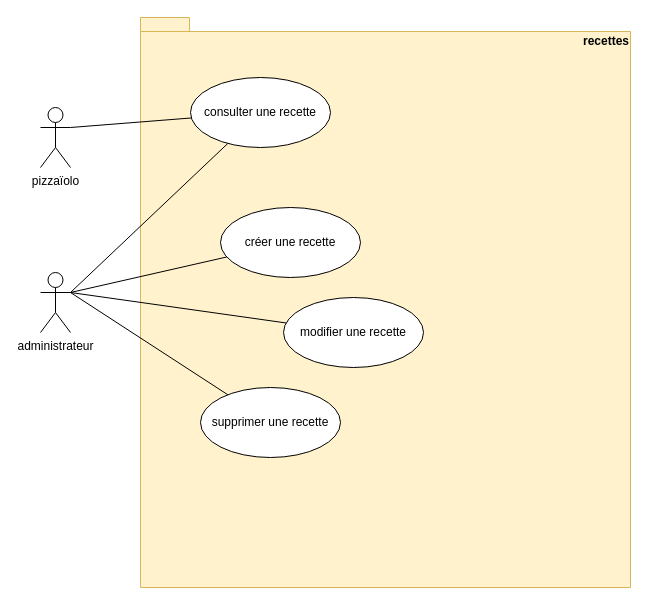
Earlier version of the draw.io diagram page "package-recettes" (4 of 6) of diagrammes.drawio (remace/OC-P4-UML_Pizzeria). Source tidied: cells renumbered, new cells numbered last; positions are measured from the earlier drawing's top-left corner, leaving out a move shared by most shapes. Both pictures are drawn from the tidied source at 100%, with x=0, y=0 at pixel (40, 17).
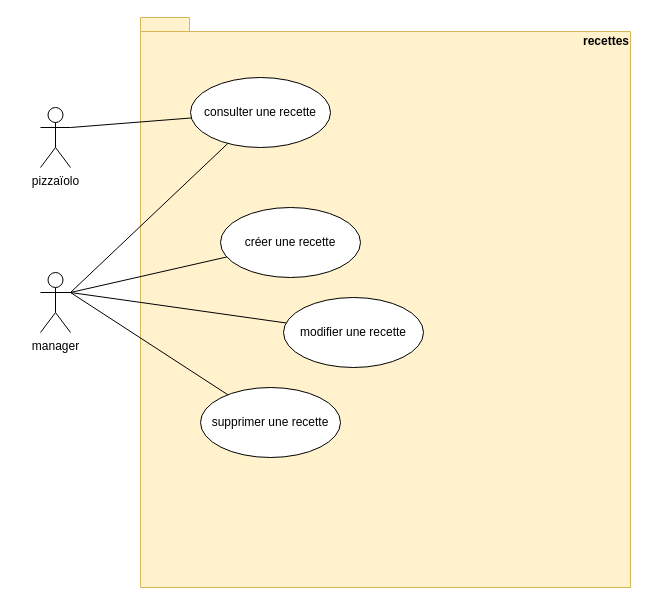
The same page after the edit.

The edit, as a diff of the source:
```diff
@@
 <mxGraphModel>
   <root>
     <mxCell id="0" />
     <mxCell id="1" parent="0" />
     <mxCell id="2" value="recettes" style="shape=folder;fontStyle=1;spacingTop=10;tabWidth=40;tabHeight=14;tabPosition=left;html=1;verticalAlign=top;align=right;fillColor=#fff2cc;strokeColor=#d6b656;" parent="1" vertex="1">
       <mxGeometry x="100" width="490" height="570" as="geometry" />
     </mxCell>
     <mxCell id="3" value="pizzaïolo" style="shape=umlActor;verticalLabelPosition=bottom;labelBackgroundColor=#ffffff;verticalAlign=top;html=1;align=center;" parent="1" vertex="1">
       <mxGeometry y="90" width="30" height="60" as="geometry" />
     </mxCell>
-    <mxCell id="4" value="administrateur" style="shape=umlActor;verticalLabelPosition=bottom;labelBackgroundColor=#ffffff;verticalAlign=top;html=1;align=center;" parent="1" vertex="1">
+    <mxCell id="4" value="manager" style="shape=umlActor;verticalLabelPosition=bottom;labelBackgroundColor=#ffffff;verticalAlign=top;html=1;align=center;" parent="1" vertex="1">
       <mxGeometry y="255" width="30" height="60" as="geometry" />
     </mxCell>
     <mxCell id="5" value="consulter une recette" style="ellipse;whiteSpace=wrap;html=1;align=center;" parent="1" vertex="1">
       <mxGeometry x="150" y="60" width="140" height="70" as="geometry" />
     </mxCell>
     <mxCell id="6" value="créer une recette" style="ellipse;whiteSpace=wrap;html=1;align=center;" parent="1" vertex="1">
       <mxGeometry x="180" y="190" width="140" height="70" as="geometry" />
     </mxCell>
     <mxCell id="7" value="modifier une recette" style="ellipse;whiteSpace=wrap;html=1;align=center;" parent="1" vertex="1">
       <mxGeometry x="243" y="280" width="140" height="70" as="geometry" />
     </mxCell>
     <mxCell id="8" value="supprimer une recette" style="ellipse;whiteSpace=wrap;html=1;align=center;" parent="1" vertex="1">
       <mxGeometry x="160" y="370" width="140" height="70" as="geometry" />
     </mxCell>
     <mxCell id="9" style="endArrow=none;html=1;entryX=1;entryY=0.3333333333333333;entryDx=0;entryDy=0;entryPerimeter=0;" parent="1" edge="1" source="5" target="3">
       <mxGeometry relative="1" as="geometry" />
     </mxCell>
     <mxCell id="10" style="endArrow=none;html=1;entryX=1;entryY=0.3333333333333333;entryDx=0;entryDy=0;entryPerimeter=0;" parent="1" edge="1" source="5" target="4">
       <mxGeometry relative="1" as="geometry" />
     </mxCell>
     <mxCell id="11" style="endArrow=none;html=1;entryX=1;entryY=0.3333333333333333;entryDx=0;entryDy=0;entryPerimeter=0;" parent="1" edge="1" source="6" target="4">
       <mxGeometry relative="1" as="geometry" />
     </mxCell>
     <mxCell id="12" style="endArrow=none;html=1;entryX=1;entryY=0.3333333333333333;entryDx=0;entryDy=0;entryPerimeter=0;" parent="1" edge="1" source="7" target="4">
       <mxGeometry relative="1" as="geometry" />
     </mxCell>
     <mxCell id="13" style="endArrow=none;html=1;entryX=1;entryY=0.3333333333333333;entryDx=0;entryDy=0;entryPerimeter=0;" parent="1" edge="1" source="8" target="4">
       <mxGeometry relative="1" as="geometry" />
     </mxCell>
   </root>
 </mxGraphModel>
```
